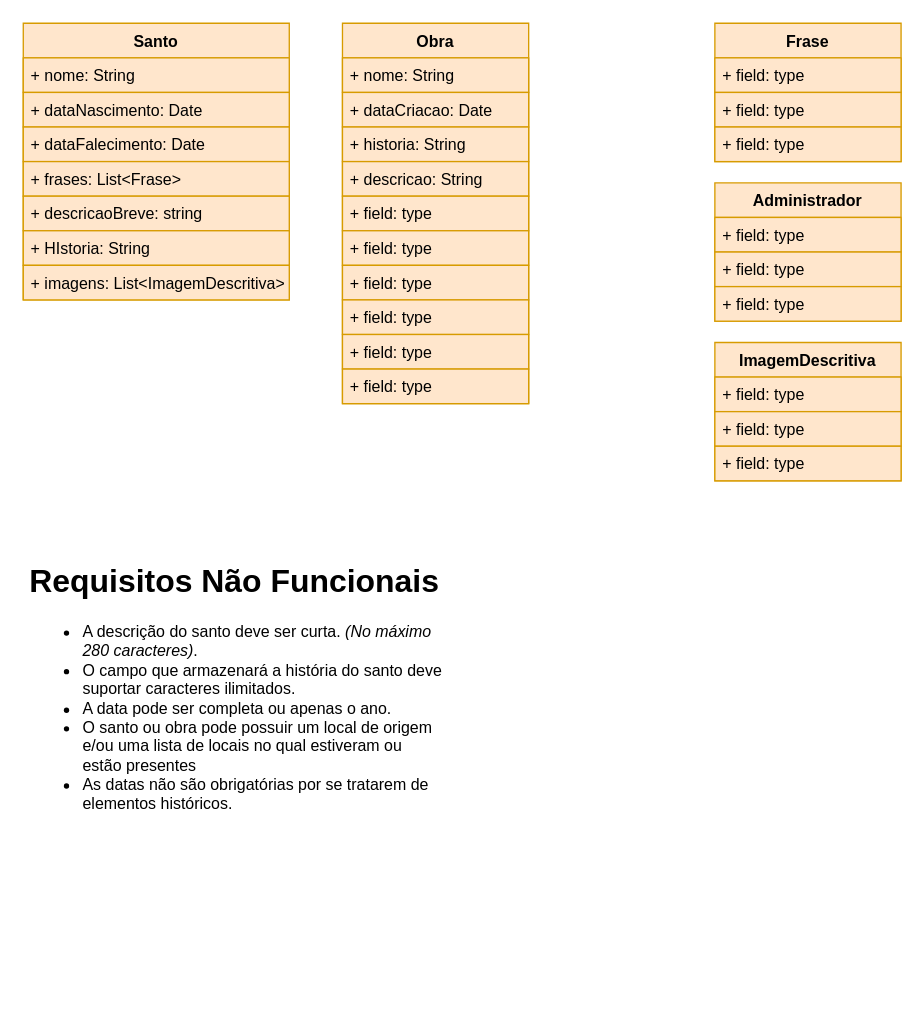
This is page "ClassDiagram" (2 of 2) of Documentation/Untitled Diagram.drawio from the-catholics/Saints-API, a draw.io file, before an edit. Source tidied: cells renumbered, new cells numbered last; positions are measured from the earlier drawing's top-left corner, leaving out a move shared by most shapes. Both pictures are drawn from the tidied source at 133%, with x=0, y=0 at pixel (23, 23).
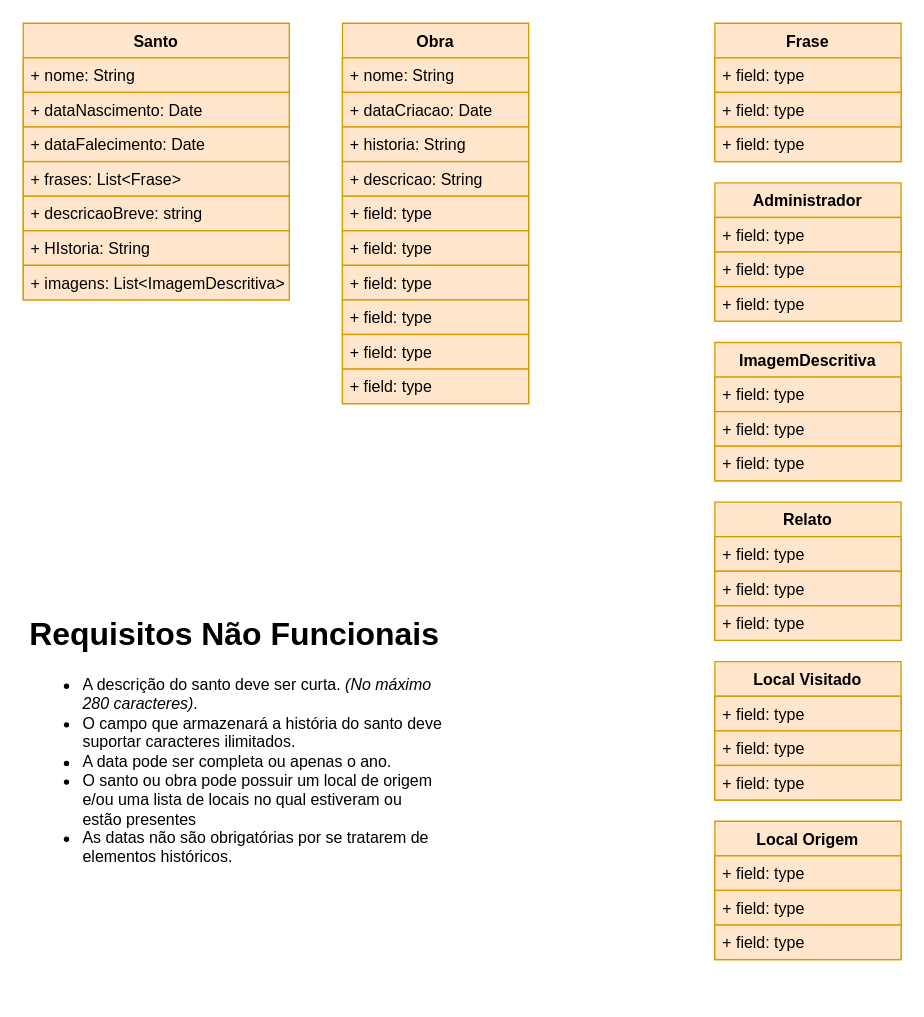
The same page after the edit.

What changed in the source:
```diff
@@
     <mxCell id="29" value="&lt;h1&gt;Requisitos Não Funcionais&lt;/h1&gt;&lt;p&gt;&lt;/p&gt;&lt;ul&gt;&lt;li&gt;A descrição do santo deve ser curta. &lt;i&gt;(No máximo 280 caracteres)&lt;/i&gt;.&lt;/li&gt;&lt;li&gt;O campo que armazenará a história do santo deve suportar caracteres ilimitados.&lt;/li&gt;&lt;li&gt;A data pode ser completa ou apenas o ano.&lt;/li&gt;&lt;li&gt;O santo ou obra pode possuir um local de origem e/ou uma lista de locais no qual estiveram ou estão presentes&lt;/li&gt;&lt;li&gt;As datas não são obrigatórias por se tratarem de elementos históricos.&lt;/li&gt;&lt;/ul&gt;&lt;p&gt;&lt;/p&gt;" style="text;html=1;strokeColor=none;fillColor=none;spacing=5;spacingTop=-20;whiteSpace=wrap;overflow=hidden;rounded=0;" parent="1" vertex="1">
-      <mxGeometry y="400" width="320" height="330" as="geometry" />
+      <mxGeometry y="440" width="320" height="240" as="geometry" />
     </mxCell>
@@
+    <mxCell id="34" value="Relato" style="swimlane;fontStyle=1;horizontal=1;startSize=26;fillColor=#ffe6cc;strokeColor=#d79b00;" parent="1" vertex="1">
+      <mxGeometry x="520" y="360" width="140" height="104" as="geometry" />
+    </mxCell>
+    <mxCell id="35" value="+ field: type" style="text;strokeColor=#d79b00;fillColor=#ffe6cc;align=left;verticalAlign=top;spacingLeft=4;spacingRight=4;overflow=hidden;" parent="34" vertex="1">
+      <mxGeometry y="26" width="140" height="26" as="geometry" />
+    </mxCell>
+    <mxCell id="36" value="+ field: type" style="text;strokeColor=#d79b00;fillColor=#ffe6cc;align=left;verticalAlign=top;spacingLeft=4;spacingRight=4;overflow=hidden;" parent="34" vertex="1">
+      <mxGeometry y="52" width="140" height="26" as="geometry" />
+    </mxCell>
+    <mxCell id="37" value="+ field: type" style="text;strokeColor=#d79b00;fillColor=#ffe6cc;align=left;verticalAlign=top;spacingLeft=4;spacingRight=4;overflow=hidden;" parent="34" vertex="1">
+      <mxGeometry y="78" width="140" height="26" as="geometry" />
+    </mxCell>
+    <mxCell id="38" value="Local Visitado" style="swimlane;fontStyle=1;horizontal=1;startSize=26;fillColor=#ffe6cc;strokeColor=#d79b00;" parent="1" vertex="1">
+      <mxGeometry x="520" y="480" width="140" height="104" as="geometry" />
+    </mxCell>
+    <mxCell id="39" value="+ field: type" style="text;strokeColor=#d79b00;fillColor=#ffe6cc;align=left;verticalAlign=top;spacingLeft=4;spacingRight=4;overflow=hidden;" parent="38" vertex="1">
+      <mxGeometry y="26" width="140" height="26" as="geometry" />
+    </mxCell>
+    <mxCell id="40" value="+ field: type" style="text;strokeColor=#d79b00;fillColor=#ffe6cc;align=left;verticalAlign=top;spacingLeft=4;spacingRight=4;overflow=hidden;" parent="38" vertex="1">
+      <mxGeometry y="52" width="140" height="26" as="geometry" />
+    </mxCell>
+    <mxCell id="41" value="+ field: type" style="text;strokeColor=#d79b00;fillColor=#ffe6cc;align=left;verticalAlign=top;spacingLeft=4;spacingRight=4;overflow=hidden;" parent="38" vertex="1">
+      <mxGeometry y="78" width="140" height="26" as="geometry" />
+    </mxCell>
+    <mxCell id="42" value="Local Origem" style="swimlane;fontStyle=1;horizontal=1;startSize=26;fillColor=#ffe6cc;strokeColor=#d79b00;" parent="1" vertex="1">
+      <mxGeometry x="520" y="600" width="140" height="104" as="geometry" />
+    </mxCell>
+    <mxCell id="43" value="+ field: type" style="text;strokeColor=#d79b00;fillColor=#ffe6cc;align=left;verticalAlign=top;spacingLeft=4;spacingRight=4;overflow=hidden;" parent="42" vertex="1">
+      <mxGeometry y="26" width="140" height="26" as="geometry" />
+    </mxCell>
+    <mxCell id="44" value="+ field: type" style="text;strokeColor=#d79b00;fillColor=#ffe6cc;align=left;verticalAlign=top;spacingLeft=4;spacingRight=4;overflow=hidden;" parent="42" vertex="1">
+      <mxGeometry y="52" width="140" height="26" as="geometry" />
+    </mxCell>
+    <mxCell id="45" value="+ field: type" style="text;strokeColor=#d79b00;fillColor=#ffe6cc;align=left;verticalAlign=top;spacingLeft=4;spacingRight=4;overflow=hidden;" parent="42" vertex="1">
+      <mxGeometry y="78" width="140" height="26" as="geometry" />
+    </mxCell>
```
